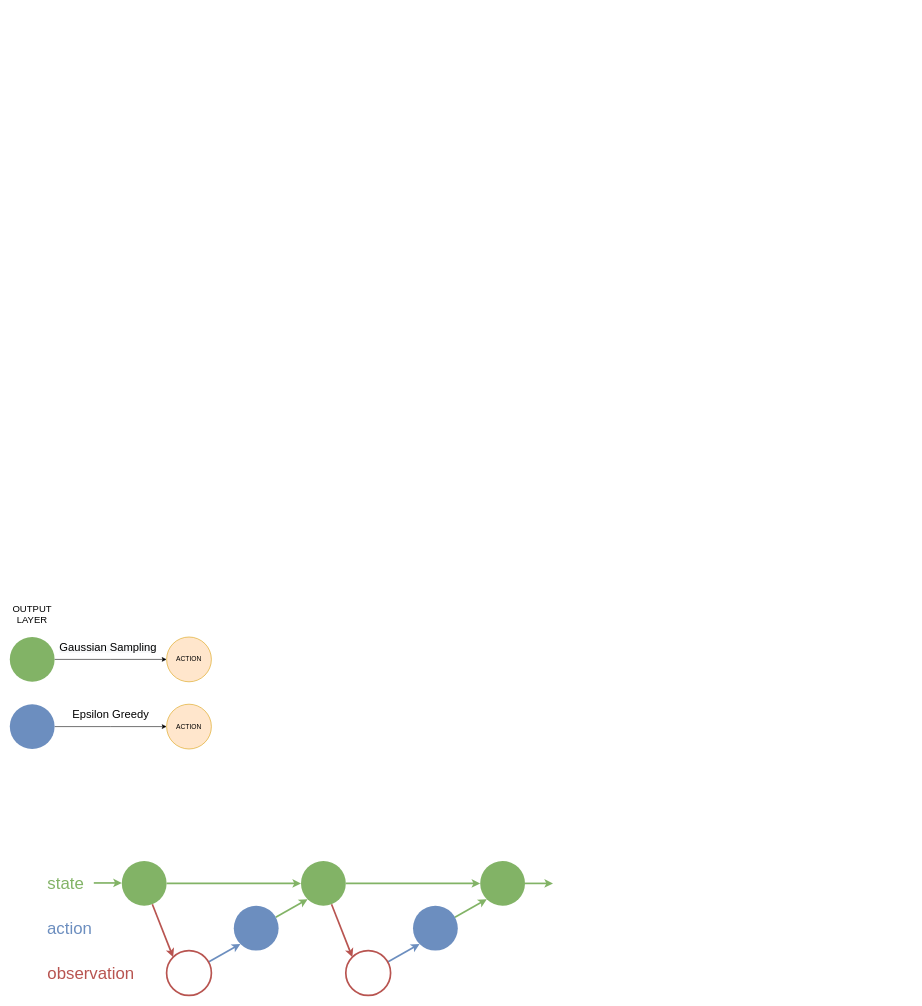
DongsuLeeTech/LeeXim keeps this draw.io diagram as 1.drawio. Above is the earlier version. Source tidied: cells renumbered, new cells numbered last; positions are measured from the earlier drawing's top-left corner, leaving out a move shared by most shapes. Both pictures are drawn from the tidied source at 56%, with x=0, y=0 at pixel (10, 609).
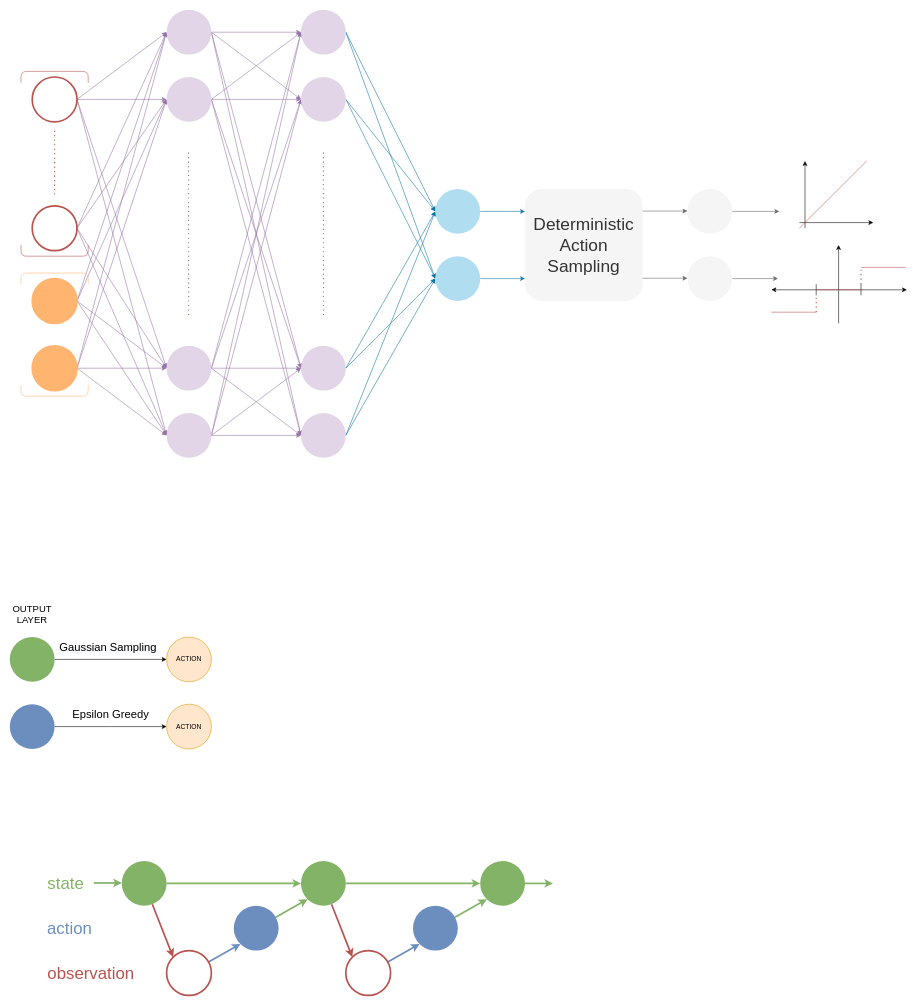
Above is the later version.

The edit, as a diff of the source:
```diff
@@
+    <mxCell id="32" style="rounded=0;jettySize=auto;html=1;entryX=0;entryY=0.5;entryDx=0;entryDy=0;strokeColor=#9673a6;exitX=1;exitY=0.5;exitDx=0;exitDy=0;fillColor=#e1d5e7;" parent="1" edge="1" source="36" target="66">
+      <mxGeometry relative="1" as="geometry" />
+    </mxCell>
+    <mxCell id="33" style="edgeStyle=none;rounded=0;jettySize=auto;html=1;entryX=0;entryY=0.5;entryDx=0;entryDy=0;strokeColor=#9673a6;fillColor=#e1d5e7;" parent="1" edge="1" source="36" target="61">
+      <mxGeometry relative="1" as="geometry" />
+    </mxCell>
+    <mxCell id="34" style="edgeStyle=none;rounded=0;jettySize=auto;html=1;entryX=0;entryY=0.5;entryDx=0;entryDy=0;strokeColor=#9673a6;exitX=1;exitY=0.5;exitDx=0;exitDy=0;fillColor=#e1d5e7;" parent="1" edge="1" source="36" target="76">
+      <mxGeometry relative="1" as="geometry" />
+    </mxCell>
+    <mxCell id="35" style="edgeStyle=none;rounded=0;jettySize=auto;html=1;entryX=0;entryY=0.5;entryDx=0;entryDy=0;strokeColor=#9673a6;exitX=1;exitY=0.5;exitDx=0;exitDy=0;fillColor=#e1d5e7;" parent="1" edge="1" source="36" target="71">
+      <mxGeometry relative="1" as="geometry" />
+    </mxCell>
+    <mxCell id="36" style="ellipse;whiteSpace=wrap;html=1;strokeColor=#b85450;fillColor=none;strokeWidth=3;" parent="1" vertex="1">
+      <mxGeometry x="40" y="-950" width="80" height="80" as="geometry" />
+    </mxCell>
+    <mxCell id="37" style="edgeStyle=none;rounded=0;jettySize=auto;html=1;entryX=0;entryY=0.5;entryDx=0;entryDy=0;strokeColor=#9673a6;exitX=1;exitY=0.5;exitDx=0;exitDy=0;fillColor=#e1d5e7;" parent="1" edge="1" source="41" target="66">
+      <mxGeometry relative="1" as="geometry" />
+    </mxCell>
+    <mxCell id="38" style="edgeStyle=none;rounded=0;jettySize=auto;html=1;entryX=0;entryY=0.5;entryDx=0;entryDy=0;strokeColor=#9673a6;exitX=1;exitY=0.5;exitDx=0;exitDy=0;fillColor=#e1d5e7;" parent="1" edge="1" source="41" target="61">
+      <mxGeometry relative="1" as="geometry" />
+    </mxCell>
+    <mxCell id="39" style="edgeStyle=none;rounded=0;jettySize=auto;html=1;entryX=0;entryY=0.5;entryDx=0;entryDy=0;strokeColor=#9673a6;exitX=1;exitY=0.5;exitDx=0;exitDy=0;fillColor=#e1d5e7;" parent="1" edge="1" source="41" target="76">
+      <mxGeometry relative="1" as="geometry" />
+    </mxCell>
+    <mxCell id="40" style="edgeStyle=none;rounded=0;jettySize=auto;html=1;entryX=0;entryY=0.5;entryDx=0;entryDy=0;strokeColor=#9673a6;exitX=1;exitY=0.5;exitDx=0;exitDy=0;fillColor=#e1d5e7;" parent="1" edge="1" source="41" target="71">
+      <mxGeometry relative="1" as="geometry" />
+    </mxCell>
+    <mxCell id="41" style="ellipse;whiteSpace=wrap;html=1;strokeColor=#b85450;fillColor=none;strokeWidth=3;" parent="1" vertex="1">
+      <mxGeometry x="40" y="-720" width="80" height="80" as="geometry" />
+    </mxCell>
+    <mxCell id="42" style="edgeStyle=none;rounded=0;jettySize=auto;html=1;entryX=0;entryY=0.5;entryDx=0;entryDy=0;strokeColor=#9673a6;exitX=1;exitY=0.5;exitDx=0;exitDy=0;fillColor=#e1d5e7;" parent="1" edge="1" source="46" target="71">
+      <mxGeometry relative="1" as="geometry" />
+    </mxCell>
+    <mxCell id="43" style="edgeStyle=none;rounded=0;jettySize=auto;html=1;entryX=0;entryY=0.5;entryDx=0;entryDy=0;strokeColor=#9673a6;exitX=1;exitY=0.5;exitDx=0;exitDy=0;fillColor=#e1d5e7;" parent="1" edge="1" source="46" target="76">
+      <mxGeometry relative="1" as="geometry" />
+    </mxCell>
+    <mxCell id="44" style="edgeStyle=none;rounded=0;jettySize=auto;html=1;entryX=0;entryY=0.5;entryDx=0;entryDy=0;strokeColor=#9673a6;exitX=1;exitY=0.5;exitDx=0;exitDy=0;fillColor=#e1d5e7;" parent="1" edge="1" source="46" target="61">
+      <mxGeometry relative="1" as="geometry" />
+    </mxCell>
+    <mxCell id="45" style="edgeStyle=none;rounded=0;jettySize=auto;html=1;entryX=0;entryY=0.5;entryDx=0;entryDy=0;strokeColor=#9673a6;exitX=1;exitY=0.5;exitDx=0;exitDy=0;fillColor=#e1d5e7;" parent="1" edge="1" source="46" target="66">
+      <mxGeometry relative="1" as="geometry" />
+    </mxCell>
+    <mxCell id="46" style="ellipse;whiteSpace=wrap;html=1;strokeWidth=3;strokeColor=#FFB570;fillColor=#FFB570;" parent="1" vertex="1">
+      <mxGeometry x="40" y="-590" width="80" height="80" as="geometry" />
+    </mxCell>
+    <mxCell id="47" style="edgeStyle=none;rounded=0;jettySize=auto;html=1;entryX=0;entryY=0.5;entryDx=0;entryDy=0;strokeColor=#9673a6;exitX=1;exitY=0.5;exitDx=0;exitDy=0;fillColor=#e1d5e7;" parent="1" edge="1" source="51" target="71">
+      <mxGeometry relative="1" as="geometry" />
+    </mxCell>
+    <mxCell id="48" style="edgeStyle=none;rounded=0;jettySize=auto;html=1;entryX=0;entryY=0.5;entryDx=0;entryDy=0;strokeColor=#9673a6;fillColor=#e1d5e7;" parent="1" edge="1" source="51" target="76">
+      <mxGeometry relative="1" as="geometry" />
+    </mxCell>
+    <mxCell id="49" style="edgeStyle=none;rounded=0;jettySize=auto;html=1;entryX=0;entryY=0.5;entryDx=0;entryDy=0;strokeColor=#9673a6;exitX=1;exitY=0.5;exitDx=0;exitDy=0;fillColor=#e1d5e7;" parent="1" edge="1" source="51" target="61">
+      <mxGeometry relative="1" as="geometry" />
+    </mxCell>
+    <mxCell id="50" style="edgeStyle=none;rounded=0;jettySize=auto;html=1;entryX=0;entryY=0.5;entryDx=0;entryDy=0;strokeColor=#9673a6;exitX=1;exitY=0.5;exitDx=0;exitDy=0;fillColor=#e1d5e7;" parent="1" edge="1" source="51" target="66">
+      <mxGeometry relative="1" as="geometry" />
+    </mxCell>
+    <mxCell id="51" style="ellipse;whiteSpace=wrap;html=1;strokeWidth=3;strokeColor=#FFB570;fillColor=#FFB570;" parent="1" vertex="1">
+      <mxGeometry x="40" y="-470" width="80" height="80" as="geometry" />
+    </mxCell>
+    <mxCell id="52" style="endArrow=none;html=1;strokeColor=#FFB570;" parent="1" edge="1">
+      <mxGeometry relative="1" as="geometry">
+        <mxPoint x="140" y="-580" as="sourcePoint" />
+        <mxPoint x="20" y="-580" as="targetPoint" />
+        <Array as="points">
+          <mxPoint x="140" y="-600" />
+          <mxPoint x="80" y="-600" />
+          <mxPoint x="20" y="-600" />
+        </Array>
+      </mxGeometry>
+    </mxCell>
+    <mxCell id="53" style="endArrow=none;html=1;strokeColor=#FFB570;" parent="1" edge="1">
+      <mxGeometry relative="1" as="geometry">
+        <mxPoint x="140" y="-400" as="sourcePoint" />
+        <mxPoint x="20" y="-400" as="targetPoint" />
+        <Array as="points">
+          <mxPoint x="140" y="-380" />
+          <mxPoint x="20" y="-380" />
+        </Array>
+      </mxGeometry>
+    </mxCell>
+    <mxCell id="54" style="endArrow=none;html=1;strokeColor=#B85450;" parent="1" edge="1">
+      <mxGeometry relative="1" as="geometry">
+        <mxPoint x="140" y="-940" as="sourcePoint" />
+        <mxPoint x="20" y="-940" as="targetPoint" />
+        <Array as="points">
+          <mxPoint x="140" y="-960" />
+          <mxPoint x="80" y="-960" />
+          <mxPoint x="20" y="-960" />
+        </Array>
+      </mxGeometry>
+    </mxCell>
+    <mxCell id="55" style="endArrow=none;html=1;strokeColor=#B85450;" parent="1" edge="1">
+      <mxGeometry relative="1" as="geometry">
+        <mxPoint x="140" y="-650" as="sourcePoint" />
+        <mxPoint x="20" y="-650" as="targetPoint" />
+        <Array as="points">
+          <mxPoint x="140" y="-630" />
+          <mxPoint x="20" y="-630" />
+        </Array>
+      </mxGeometry>
+    </mxCell>
+    <mxCell id="56" style="endArrow=none;dashed=1;html=1;dashPattern=1 3;strokeWidth=2;strokeColor=#B85450;" parent="1" edge="1">
+      <mxGeometry relative="1" as="geometry">
+        <mxPoint x="80" y="-740" as="sourcePoint" />
+        <mxPoint x="80" y="-860" as="targetPoint" />
+      </mxGeometry>
+    </mxCell>
+    <mxCell id="57" style="edgeStyle=none;rounded=0;jettySize=auto;html=1;entryX=0;entryY=0.5;entryDx=0;entryDy=0;strokeColor=#9673a6;fillColor=#e1d5e7;" parent="1" edge="1" source="61" target="79">
+      <mxGeometry relative="1" as="geometry" />
+    </mxCell>
+    <mxCell id="58" style="edgeStyle=none;rounded=0;jettySize=auto;html=1;entryX=0;entryY=0.5;entryDx=0;entryDy=0;strokeColor=#9673a6;exitX=1;exitY=0.5;exitDx=0;exitDy=0;fillColor=#e1d5e7;" parent="1" edge="1" source="61" target="82">
+      <mxGeometry relative="1" as="geometry" />
+    </mxCell>
+    <mxCell id="59" style="edgeStyle=none;rounded=0;jettySize=auto;html=1;entryX=0;entryY=0.5;entryDx=0;entryDy=0;strokeColor=#9673a6;exitX=1;exitY=0.5;exitDx=0;exitDy=0;fillColor=#e1d5e7;" parent="1" edge="1" source="61" target="88">
+      <mxGeometry relative="1" as="geometry" />
+    </mxCell>
+    <mxCell id="60" style="edgeStyle=none;rounded=0;jettySize=auto;html=1;entryX=0;entryY=0.5;entryDx=0;entryDy=0;strokeColor=#9673a6;exitX=1;exitY=0.5;exitDx=0;exitDy=0;fillColor=#e1d5e7;" parent="1" edge="1" source="61" target="85">
+      <mxGeometry relative="1" as="geometry" />
+    </mxCell>
+    <mxCell id="61" style="ellipse;whiteSpace=wrap;html=1;fillColor=#e1d5e7;strokeWidth=3;strokeColor=none;" parent="1" vertex="1">
+      <mxGeometry x="280" y="-950" width="80" height="80" as="geometry" />
+    </mxCell>
+    <mxCell id="62" style="edgeStyle=none;rounded=0;jettySize=auto;html=1;entryX=0;entryY=0.5;entryDx=0;entryDy=0;strokeColor=#9673a6;fillColor=#e1d5e7;" parent="1" edge="1" source="66" target="82">
+      <mxGeometry relative="1" as="geometry" />
+    </mxCell>
+    <mxCell id="63" style="edgeStyle=none;rounded=0;jettySize=auto;html=1;entryX=0;entryY=0.5;entryDx=0;entryDy=0;strokeColor=#9673a6;exitX=1;exitY=0.5;exitDx=0;exitDy=0;fillColor=#e1d5e7;" parent="1" edge="1" source="66" target="79">
+      <mxGeometry relative="1" as="geometry" />
+    </mxCell>
+    <mxCell id="64" style="edgeStyle=none;rounded=0;jettySize=auto;html=1;entryX=0;entryY=0.5;entryDx=0;entryDy=0;strokeColor=#9673a6;exitX=1;exitY=0.5;exitDx=0;exitDy=0;fillColor=#e1d5e7;" parent="1" edge="1" source="66" target="88">
+      <mxGeometry relative="1" as="geometry" />
+    </mxCell>
+    <mxCell id="65" style="edgeStyle=none;rounded=0;jettySize=auto;html=1;entryX=0;entryY=0.5;entryDx=0;entryDy=0;strokeColor=#9673a6;exitX=1;exitY=0.5;exitDx=0;exitDy=0;fillColor=#e1d5e7;" parent="1" edge="1" source="66" target="85">
+      <mxGeometry relative="1" as="geometry" />
+    </mxCell>
+    <mxCell id="66" style="ellipse;whiteSpace=wrap;html=1;fillColor=#e1d5e7;strokeWidth=3;strokeColor=none;" parent="1" vertex="1">
+      <mxGeometry x="280" y="-1070" width="80" height="80" as="geometry" />
+    </mxCell>
+    <mxCell id="67" style="edgeStyle=none;rounded=0;jettySize=auto;html=1;entryX=0;entryY=0.5;entryDx=0;entryDy=0;strokeColor=#9673a6;fillColor=#e1d5e7;" parent="1" edge="1" source="71" target="85">
+      <mxGeometry relative="1" as="geometry" />
+    </mxCell>
+    <mxCell id="68" style="edgeStyle=none;rounded=0;jettySize=auto;html=1;entryX=0;entryY=0.5;entryDx=0;entryDy=0;strokeColor=#9673a6;exitX=1;exitY=0.5;exitDx=0;exitDy=0;fillColor=#e1d5e7;" parent="1" edge="1" source="71" target="88">
+      <mxGeometry relative="1" as="geometry" />
+    </mxCell>
+    <mxCell id="69" style="edgeStyle=none;rounded=0;jettySize=auto;html=1;entryX=0;entryY=0.5;entryDx=0;entryDy=0;strokeColor=#9673a6;exitX=1;exitY=0.5;exitDx=0;exitDy=0;fillColor=#e1d5e7;" parent="1" edge="1" source="71" target="79">
+      <mxGeometry relative="1" as="geometry" />
+    </mxCell>
+    <mxCell id="70" style="edgeStyle=none;rounded=0;jettySize=auto;html=1;entryX=0;entryY=0.5;entryDx=0;entryDy=0;strokeColor=#9673a6;exitX=1;exitY=0.5;exitDx=0;exitDy=0;fillColor=#e1d5e7;" parent="1" edge="1" source="71" target="82">
+      <mxGeometry relative="1" as="geometry" />
+    </mxCell>
+    <mxCell id="71" style="ellipse;whiteSpace=wrap;html=1;fillColor=#e1d5e7;strokeWidth=3;strokeColor=none;" parent="1" vertex="1">
+      <mxGeometry x="280" y="-350" width="80" height="80" as="geometry" />
+    </mxCell>
+    <mxCell id="72" style="edgeStyle=none;rounded=0;jettySize=auto;html=1;entryX=0;entryY=0.5;entryDx=0;entryDy=0;strokeColor=#9673a6;fillColor=#e1d5e7;" parent="1" edge="1" source="76" target="88">
+      <mxGeometry relative="1" as="geometry" />
+    </mxCell>
+    <mxCell id="73" style="edgeStyle=none;rounded=0;jettySize=auto;html=1;entryX=0;entryY=0.5;entryDx=0;entryDy=0;strokeColor=#9673a6;exitX=1;exitY=0.5;exitDx=0;exitDy=0;fillColor=#e1d5e7;" parent="1" edge="1" source="76" target="85">
+      <mxGeometry relative="1" as="geometry" />
+    </mxCell>
+    <mxCell id="74" style="edgeStyle=none;rounded=0;jettySize=auto;html=1;entryX=0;entryY=0.5;entryDx=0;entryDy=0;strokeColor=#9673a6;exitX=1;exitY=0.5;exitDx=0;exitDy=0;fillColor=#e1d5e7;" parent="1" edge="1" source="76" target="79">
+      <mxGeometry relative="1" as="geometry" />
+    </mxCell>
+    <mxCell id="75" style="edgeStyle=none;rounded=0;jettySize=auto;html=1;entryX=0;entryY=0.5;entryDx=0;entryDy=0;strokeColor=#9673a6;exitX=1;exitY=0.5;exitDx=0;exitDy=0;fillColor=#e1d5e7;" parent="1" edge="1" source="76" target="82">
+      <mxGeometry relative="1" as="geometry" />
+    </mxCell>
+    <mxCell id="76" style="ellipse;whiteSpace=wrap;html=1;fillColor=#e1d5e7;strokeWidth=3;strokeColor=none;" parent="1" vertex="1">
+      <mxGeometry x="280" y="-470" width="80" height="80" as="geometry" />
+    </mxCell>
+    <mxCell id="77" style="edgeStyle=none;rounded=0;jettySize=auto;html=1;entryX=0;entryY=0.5;entryDx=0;entryDy=0;strokeColor=#10739e;fillColor=#b1ddf0;exitX=1;exitY=0.5;exitDx=0;exitDy=0;" parent="1" edge="1" source="79" target="92">
+      <mxGeometry relative="1" as="geometry" />
+    </mxCell>
+    <mxCell id="78" style="edgeStyle=none;rounded=0;jettySize=auto;html=1;entryX=0;entryY=0.5;entryDx=0;entryDy=0;strokeColor=#10739e;fillColor=#b1ddf0;exitX=1;exitY=0.5;exitDx=0;exitDy=0;" parent="1" edge="1" source="79" target="90">
+      <mxGeometry relative="1" as="geometry" />
+    </mxCell>
+    <mxCell id="79" style="ellipse;whiteSpace=wrap;html=1;fillColor=#e1d5e7;strokeWidth=3;strokeColor=none;" parent="1" vertex="1">
+      <mxGeometry x="520" y="-950" width="80" height="80" as="geometry" />
+    </mxCell>
+    <mxCell id="80" style="edgeStyle=none;rounded=0;jettySize=auto;html=1;entryX=0;entryY=0.5;entryDx=0;entryDy=0;strokeColor=#10739e;fillColor=#b1ddf0;exitX=1;exitY=0.5;exitDx=0;exitDy=0;" parent="1" edge="1" source="82" target="92">
+      <mxGeometry relative="1" as="geometry" />
+    </mxCell>
+    <mxCell id="81" style="edgeStyle=none;rounded=0;jettySize=auto;html=1;entryX=0;entryY=0.5;entryDx=0;entryDy=0;strokeColor=#10739e;fillColor=#b1ddf0;exitX=1;exitY=0.5;exitDx=0;exitDy=0;" parent="1" edge="1" source="82" target="90">
+      <mxGeometry relative="1" as="geometry" />
+    </mxCell>
+    <mxCell id="82" style="ellipse;whiteSpace=wrap;html=1;fillColor=#e1d5e7;strokeWidth=3;strokeColor=none;" parent="1" vertex="1">
+      <mxGeometry x="520" y="-1070" width="80" height="80" as="geometry" />
+    </mxCell>
+    <mxCell id="83" style="edgeStyle=none;rounded=0;jettySize=auto;html=1;entryX=0;entryY=0.5;entryDx=0;entryDy=0;strokeColor=#10739e;fillColor=#b1ddf0;exitX=1;exitY=0.5;exitDx=0;exitDy=0;" parent="1" edge="1" source="85" target="90">
+      <mxGeometry relative="1" as="geometry" />
+    </mxCell>
+    <mxCell id="84" style="edgeStyle=none;rounded=0;jettySize=auto;html=1;entryX=0;entryY=0.5;entryDx=0;entryDy=0;strokeColor=#10739e;fillColor=#b1ddf0;exitX=1;exitY=0.5;exitDx=0;exitDy=0;" parent="1" edge="1" source="85" target="92">
+      <mxGeometry relative="1" as="geometry" />
+    </mxCell>
+    <mxCell id="85" style="ellipse;whiteSpace=wrap;html=1;fillColor=#e1d5e7;strokeWidth=3;strokeColor=none;" parent="1" vertex="1">
+      <mxGeometry x="520" y="-350" width="80" height="80" as="geometry" />
+    </mxCell>
+    <mxCell id="86" style="edgeStyle=none;rounded=0;jettySize=auto;html=1;entryX=0;entryY=0.5;entryDx=0;entryDy=0;strokeColor=#10739e;fillColor=#b1ddf0;exitX=1;exitY=0.5;exitDx=0;exitDy=0;" parent="1" edge="1" source="88" target="90">
+      <mxGeometry relative="1" as="geometry" />
+    </mxCell>
+    <mxCell id="87" style="edgeStyle=none;rounded=0;jettySize=auto;html=1;entryX=0;entryY=0.5;entryDx=0;entryDy=0;strokeColor=#10739e;fillColor=#b1ddf0;exitX=1;exitY=0.5;exitDx=0;exitDy=0;" parent="1" edge="1" source="88" target="92">
+      <mxGeometry relative="1" as="geometry" />
+    </mxCell>
+    <mxCell id="88" style="ellipse;whiteSpace=wrap;html=1;fillColor=#e1d5e7;strokeWidth=3;strokeColor=none;" parent="1" vertex="1">
+      <mxGeometry x="520" y="-470" width="80" height="80" as="geometry" />
+    </mxCell>
+    <mxCell id="89" style="edgeStyle=none;rounded=0;jettySize=auto;html=1;strokeColor=#10739e;fillColor=#b1ddf0;" parent="1" edge="1" source="90">
+      <mxGeometry relative="1" as="geometry">
+        <mxPoint x="920" y="-590" as="targetPoint" />
+      </mxGeometry>
+    </mxCell>
+    <mxCell id="90" style="ellipse;whiteSpace=wrap;html=1;fillColor=#b1ddf0;strokeWidth=3;strokeColor=none;" parent="1" vertex="1">
+      <mxGeometry x="760" y="-630" width="80" height="80" as="geometry" />
+    </mxCell>
+    <mxCell id="91" style="edgeStyle=none;rounded=0;jettySize=auto;html=1;strokeColor=#10739e;fillColor=#b1ddf0;" parent="1" edge="1" source="92">
+      <mxGeometry relative="1" as="geometry">
+        <mxPoint x="920" y="-710" as="targetPoint" />
+      </mxGeometry>
+    </mxCell>
+    <mxCell id="92" style="ellipse;whiteSpace=wrap;html=1;fillColor=#b1ddf0;strokeWidth=3;strokeColor=none;" parent="1" vertex="1">
+      <mxGeometry x="760" y="-750" width="80" height="80" as="geometry" />
+    </mxCell>
+    <mxCell id="93" style="endArrow=none;dashed=1;html=1;dashPattern=1 3;strokeWidth=2;strokeColor=#9673a6;fillColor=#e1d5e7;" parent="1" edge="1">
+      <mxGeometry relative="1" as="geometry">
+        <mxPoint x="319.3" y="-525" as="sourcePoint" />
+        <mxPoint x="319.2" y="-815" as="targetPoint" />
+      </mxGeometry>
+    </mxCell>
+    <mxCell id="94" style="endArrow=none;dashed=1;html=1;dashPattern=1 3;strokeWidth=2;strokeColor=#9673a6;fillColor=#e1d5e7;" parent="1" edge="1">
+      <mxGeometry relative="1" as="geometry">
+        <mxPoint x="560.2" y="-525" as="sourcePoint" />
+        <mxPoint x="560" y="-815" as="targetPoint" />
+      </mxGeometry>
+    </mxCell>
+    <mxCell id="95" value="&lt;font style=&quot;font-size: 31px&quot;&gt;Deterministic&lt;br&gt;Action&lt;br&gt;Sampling&lt;/font&gt;" style="rounded=1;whiteSpace=wrap;html=1;fillColor=#f5f5f5;fontColor=#333333;strokeColor=none;" parent="1" vertex="1">
+      <mxGeometry x="920" y="-750" width="210" height="200" as="geometry" />
+    </mxCell>
+    <mxCell id="96" style="edgeStyle=none;rounded=0;orthogonalLoop=1;jettySize=auto;html=1;strokeColor=#666666;fillColor=#f5f5f5;" parent="1" edge="1">
+      <mxGeometry relative="1" as="geometry">
+        <mxPoint x="1130" y="-590.6" as="sourcePoint" />
+        <mxPoint x="1210" y="-590.6" as="targetPoint" />
+      </mxGeometry>
+    </mxCell>
+    <mxCell id="97" style="edgeStyle=none;rounded=0;orthogonalLoop=1;jettySize=auto;html=1;strokeColor=#666666;fillColor=#f5f5f5;" parent="1" edge="1">
+      <mxGeometry relative="1" as="geometry">
+        <mxPoint x="1130" y="-710.6" as="sourcePoint" />
+        <mxPoint x="1210" y="-710.6" as="targetPoint" />
+      </mxGeometry>
+    </mxCell>
+    <mxCell id="98" style="edgeStyle=none;rounded=0;jettySize=auto;html=1;strokeColor=#666666;fillColor=#f5f5f5;" parent="1" edge="1" source="99">
+      <mxGeometry relative="1" as="geometry">
+        <mxPoint x="1371.7" y="-590" as="targetPoint" />
+      </mxGeometry>
+    </mxCell>
+    <mxCell id="99" style="ellipse;whiteSpace=wrap;html=1;fillColor=#f5f5f5;strokeWidth=3;fontColor=#333333;strokeColor=none;" parent="1" vertex="1">
+      <mxGeometry x="1210" y="-630" width="80" height="80" as="geometry" />
+    </mxCell>
+    <mxCell id="100" style="edgeStyle=none;rounded=0;jettySize=auto;html=1;strokeColor=#666666;fillColor=#f5f5f5;" parent="1" edge="1" source="101">
+      <mxGeometry relative="1" as="geometry">
+        <mxPoint x="1374.1" y="-710" as="targetPoint" />
+      </mxGeometry>
+    </mxCell>
+    <mxCell id="101" style="ellipse;whiteSpace=wrap;html=1;fillColor=#f5f5f5;strokeWidth=3;fontColor=#333333;strokeColor=none;" parent="1" vertex="1">
+      <mxGeometry x="1210" y="-750" width="80" height="80" as="geometry" />
+    </mxCell>
+    <mxCell id="102" style="endArrow=classic;html=1;" parent="1" edge="1">
+      <mxGeometry relative="1" as="geometry">
+        <mxPoint x="1410" y="-690" as="sourcePoint" />
+        <mxPoint x="1542" y="-690" as="targetPoint" />
+      </mxGeometry>
+    </mxCell>
+    <mxCell id="103" style="endArrow=classic;html=1;" parent="1" edge="1">
+      <mxGeometry relative="1" as="geometry">
+        <mxPoint x="1420" y="-680" as="sourcePoint" />
+        <mxPoint x="1420" y="-800" as="targetPoint" />
+      </mxGeometry>
+    </mxCell>
+    <mxCell id="104" style="endArrow=none;html=1;strokeColor=#B85450;" parent="1" edge="1">
+      <mxGeometry relative="1" as="geometry">
+        <mxPoint x="1410" y="-680" as="sourcePoint" />
+        <mxPoint x="1530" y="-800" as="targetPoint" />
+      </mxGeometry>
+    </mxCell>
+    <mxCell id="105" style="endArrow=classic;html=1;startArrow=classic;startFill=1;" parent="1" edge="1">
+      <mxGeometry relative="1" as="geometry">
+        <mxPoint x="1360" y="-570" as="sourcePoint" />
+        <mxPoint x="1602" y="-570" as="targetPoint" />
+      </mxGeometry>
+    </mxCell>
+    <mxCell id="106" style="endArrow=classic;html=1;" parent="1" edge="1">
+      <mxGeometry relative="1" as="geometry">
+        <mxPoint x="1480" y="-510" as="sourcePoint" />
+        <mxPoint x="1480" y="-650" as="targetPoint" />
+      </mxGeometry>
+    </mxCell>
+    <mxCell id="107" style="endArrow=none;html=1;" parent="1" edge="1">
+      <mxGeometry relative="1" as="geometry">
+        <mxPoint x="1440" y="-560" as="sourcePoint" />
+        <mxPoint x="1440" y="-580" as="targetPoint" />
+      </mxGeometry>
+    </mxCell>
+    <mxCell id="108" style="endArrow=none;html=1;" parent="1" edge="1">
+      <mxGeometry relative="1" as="geometry">
+        <mxPoint x="1520" y="-560" as="sourcePoint" />
+        <mxPoint x="1520" y="-580" as="targetPoint" />
+      </mxGeometry>
+    </mxCell>
+    <mxCell id="109" style="endArrow=none;html=1;strokeColor=#B85450;" parent="1" edge="1">
+      <mxGeometry relative="1" as="geometry">
+        <mxPoint x="1360" y="-530" as="sourcePoint" />
+        <mxPoint x="1440" y="-530" as="targetPoint" />
+      </mxGeometry>
+    </mxCell>
+    <mxCell id="110" style="endArrow=none;html=1;strokeColor=#B85450;" parent="1" edge="1">
+      <mxGeometry relative="1" as="geometry">
+        <mxPoint x="1520" y="-610" as="sourcePoint" />
+        <mxPoint x="1600" y="-610" as="targetPoint" />
+      </mxGeometry>
+    </mxCell>
+    <mxCell id="111" style="endArrow=none;html=1;strokeColor=#B85450;" parent="1" edge="1">
+      <mxGeometry relative="1" as="geometry">
+        <mxPoint x="1440" y="-570" as="sourcePoint" />
+        <mxPoint x="1520" y="-570" as="targetPoint" />
+      </mxGeometry>
+    </mxCell>
+    <mxCell id="112" style="endArrow=none;dashed=1;html=1;dashPattern=1 3;strokeWidth=2;strokeColor=#B85450;" parent="1" edge="1">
+      <mxGeometry relative="1" as="geometry">
+        <mxPoint x="1440" y="-530" as="sourcePoint" />
+        <mxPoint x="1440" y="-560" as="targetPoint" />
+      </mxGeometry>
+    </mxCell>
+    <mxCell id="113" style="endArrow=none;dashed=1;html=1;dashPattern=1 3;strokeWidth=2;strokeColor=#B85450;" parent="1" edge="1">
+      <mxGeometry relative="1" as="geometry">
+        <mxPoint x="1520" y="-580" as="sourcePoint" />
+        <mxPoint x="1520" y="-610" as="targetPoint" />
+      </mxGeometry>
+    </mxCell>
```
